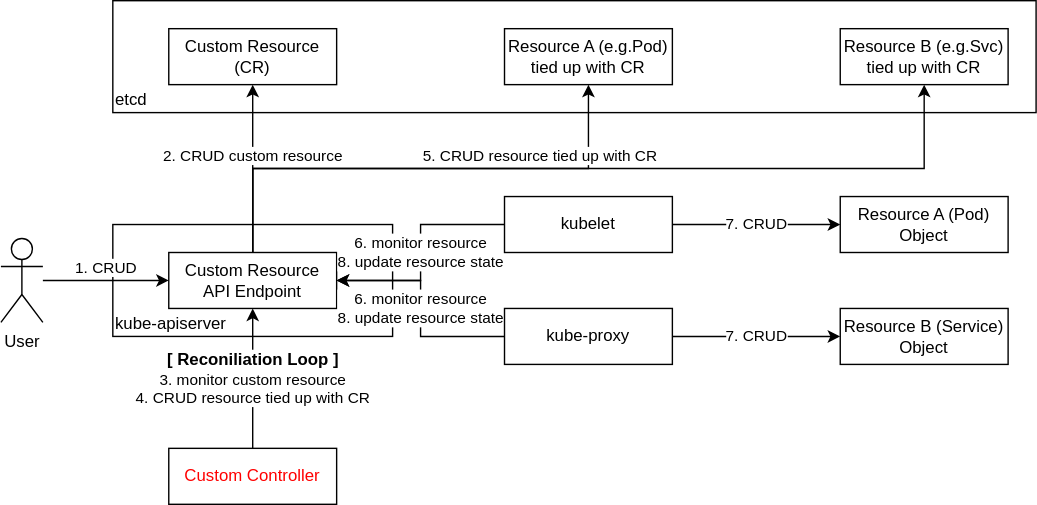
The draw.io diagram Kubernetes/images/custom-controller.drawio.svg in k-makino-jp/sandbox, before a commit. Source tidied: cells renumbered, new cells last; positions are measured from the earlier drawing's top-left corner, leaving out a move shared by most shapes.
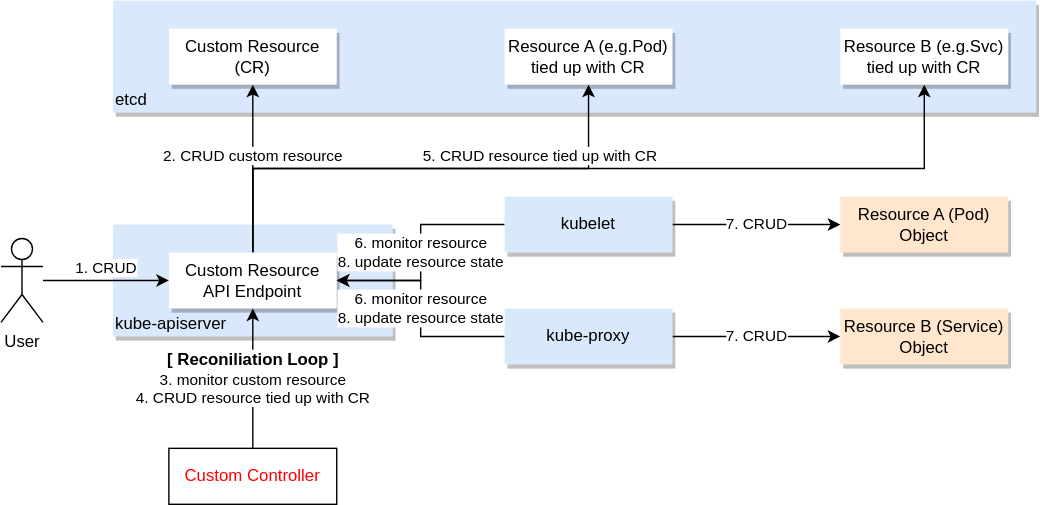
Later version of the same file.

Diff of the diagram source:
```diff
@@ -2,10 +2,10 @@
   <root>
     <mxCell id="0" />
     <mxCell id="1" parent="0" />
-    <mxCell id="2" value="etcd" style="rounded=0;whiteSpace=wrap;html=1;align=left;verticalAlign=bottom;" parent="1" vertex="1">
+    <mxCell id="2" value="etcd" style="rounded=0;whiteSpace=wrap;html=1;align=left;verticalAlign=bottom;shadow=1;fillColor=#dae8fc;strokeColor=none;" parent="1" vertex="1">
       <mxGeometry x="80" width="660" height="80" as="geometry" />
     </mxCell>
-    <mxCell id="3" value="kube-apiserver" style="rounded=0;whiteSpace=wrap;html=1;align=left;verticalAlign=bottom;" parent="1" vertex="1">
+    <mxCell id="3" value="kube-apiserver" style="rounded=0;whiteSpace=wrap;html=1;align=left;verticalAlign=bottom;shadow=1;fillColor=#dae8fc;strokeColor=none;" parent="1" vertex="1">
       <mxGeometry x="80" y="160" width="200" height="80" as="geometry" />
     </mxCell>
     <mxCell id="4" value="2. CRUD custom resource" style="edgeStyle=orthogonalEdgeStyle;rounded=0;jettySize=auto;html=1;exitX=0.5;exitY=0;exitDx=0;exitDy=0;verticalAlign=bottom;" parent="1" edge="1" source="7" target="12">
@@ -17,7 +17,7 @@
     <mxCell id="6" style="edgeStyle=orthogonalEdgeStyle;rounded=0;jettySize=auto;html=1;exitX=0.5;exitY=0;exitDx=0;exitDy=0;entryX=0.5;entryY=1;entryDx=0;entryDy=0;align=left;verticalAlign=bottom;" parent="1" edge="1" source="7" target="16">
       <mxGeometry relative="1" as="geometry" />
     </mxCell>
-    <mxCell id="7" value="Custom Resource API Endpoint" style="rounded=0;whiteSpace=wrap;html=1;" parent="1" vertex="1">
+    <mxCell id="7" value="Custom Resource API Endpoint" style="rounded=0;whiteSpace=wrap;html=1;strokeColor=none;shadow=1;" parent="1" vertex="1">
       <mxGeometry x="120" y="180" width="120" height="40" as="geometry" />
     </mxCell>
     <mxCell id="8" value="1. CRUD" style="edgeStyle=orthogonalEdgeStyle;rounded=0;jettySize=auto;html=1;entryX=0;entryY=0.5;entryDx=0;entryDy=0;verticalAlign=bottom;" parent="1" edge="1" source="9" target="7">
@@ -32,19 +32,19 @@
     <mxCell id="11" value="Custom Controller" style="rounded=0;whiteSpace=wrap;html=1;fontColor=#FF0000;" parent="1" vertex="1">
       <mxGeometry x="120" y="320" width="120" height="40" as="geometry" />
     </mxCell>
-    <mxCell id="12" value="Custom Resource&lt;br&gt;(CR)" style="rounded=0;whiteSpace=wrap;html=1;" parent="1" vertex="1">
+    <mxCell id="12" value="Custom Resource&lt;br&gt;(CR)" style="rounded=0;whiteSpace=wrap;html=1;strokeColor=none;shadow=1;" parent="1" vertex="1">
       <mxGeometry x="120" y="20" width="120" height="40" as="geometry" />
     </mxCell>
-    <mxCell id="13" value="Resource A (e.g.Pod)&lt;br&gt;tied up with CR" style="rounded=0;whiteSpace=wrap;html=1;" parent="1" vertex="1">
+    <mxCell id="13" value="Resource A (e.g.Pod)&lt;br&gt;tied up with CR" style="rounded=0;whiteSpace=wrap;html=1;strokeColor=none;shadow=1;" parent="1" vertex="1">
       <mxGeometry x="360" y="20" width="120" height="40" as="geometry" />
     </mxCell>
-    <mxCell id="14" value="Resource A (Pod) Object" style="rounded=0;whiteSpace=wrap;html=1;" parent="1" vertex="1">
+    <mxCell id="14" value="Resource A (Pod) Object" style="rounded=0;whiteSpace=wrap;html=1;shadow=1;fillColor=#ffe6cc;strokeColor=none;" parent="1" vertex="1">
       <mxGeometry x="600" y="140" width="120" height="40" as="geometry" />
     </mxCell>
-    <mxCell id="15" value="Resource B (Service) Object" style="rounded=0;whiteSpace=wrap;html=1;" parent="1" vertex="1">
+    <mxCell id="15" value="Resource B (Service) Object" style="rounded=0;whiteSpace=wrap;html=1;shadow=1;fillColor=#ffe6cc;strokeColor=none;" parent="1" vertex="1">
       <mxGeometry x="600" y="220" width="120" height="40" as="geometry" />
     </mxCell>
-    <mxCell id="16" value="Resource B (e.g.Svc)&lt;br&gt;tied up with CR" style="rounded=0;whiteSpace=wrap;html=1;" parent="1" vertex="1">
+    <mxCell id="16" value="Resource B (e.g.Svc)&lt;br&gt;tied up with CR" style="rounded=0;whiteSpace=wrap;html=1;strokeColor=none;shadow=1;" parent="1" vertex="1">
       <mxGeometry x="600" y="20" width="120" height="40" as="geometry" />
     </mxCell>
     <mxCell id="17" value="6. monitor resource&lt;br&gt;8. update resource state&lt;br&gt;" style="edgeStyle=orthogonalEdgeStyle;rounded=0;jettySize=auto;html=1;exitX=0;exitY=0.5;exitDx=0;exitDy=0;entryX=1;entryY=0.5;entryDx=0;entryDy=0;align=center;verticalAlign=middle;" parent="1" edge="1" source="19" target="7">
@@ -53,7 +53,7 @@
     <mxCell id="18" value="7. CRUD" style="edgeStyle=orthogonalEdgeStyle;rounded=0;jettySize=auto;html=1;exitX=1;exitY=0.5;exitDx=0;exitDy=0;entryX=0;entryY=0.5;entryDx=0;entryDy=0;align=center;verticalAlign=middle;" parent="1" edge="1" source="19" target="14">
       <mxGeometry relative="1" as="geometry" />
     </mxCell>
-    <mxCell id="19" value="kubelet" style="rounded=0;whiteSpace=wrap;html=1;" parent="1" vertex="1">
+    <mxCell id="19" value="kubelet" style="rounded=0;whiteSpace=wrap;html=1;fillColor=#dae8fc;shadow=1;strokeColor=none;" parent="1" vertex="1">
       <mxGeometry x="360" y="140" width="120" height="40" as="geometry" />
     </mxCell>
     <mxCell id="20" value="7. CRUD" style="edgeStyle=orthogonalEdgeStyle;rounded=0;jettySize=auto;html=1;exitX=1;exitY=0.5;exitDx=0;exitDy=0;entryX=0;entryY=0.5;entryDx=0;entryDy=0;align=center;verticalAlign=middle;" parent="1" edge="1" source="22" target="15">
@@ -62,7 +62,7 @@
     <mxCell id="21" value="6. monitor resource&lt;br&gt;8. update resource state" style="edgeStyle=orthogonalEdgeStyle;rounded=0;jettySize=auto;html=1;exitX=0;exitY=0.5;exitDx=0;exitDy=0;entryX=1;entryY=0.5;entryDx=0;entryDy=0;align=center;verticalAlign=middle;" parent="1" edge="1" source="22" target="7">
       <mxGeometry relative="1" as="geometry" />
     </mxCell>
-    <mxCell id="22" value="kube-proxy" style="rounded=0;whiteSpace=wrap;html=1;" parent="1" vertex="1">
+    <mxCell id="22" value="kube-proxy" style="rounded=0;whiteSpace=wrap;html=1;fillColor=#dae8fc;shadow=1;strokeColor=none;" parent="1" vertex="1">
       <mxGeometry x="360" y="220" width="120" height="40" as="geometry" />
     </mxCell>
   </root>
```
